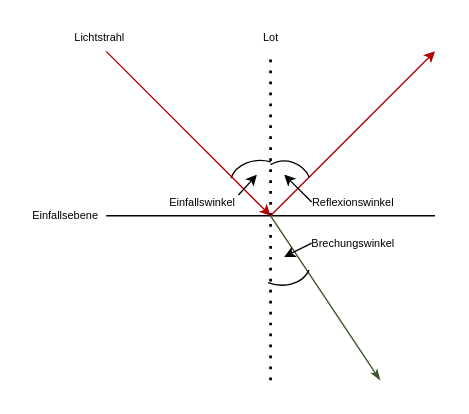
The draw.io diagram image/15/brechung_reflexion.drawio in Bierbunker/Ex2_Fragen, before the edit. Source tidied: cells renumbered, new cells numbered last; positions are measured from the earlier drawing's top-left corner, leaving out a move shared by most shapes. Both pictures are drawn from the tidied source at 137%, with x=0, y=0 at pixel (23, 23).
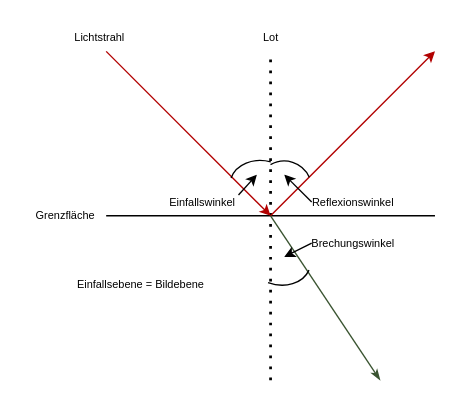
After the change.

The edit, as a diff of the source:
```diff
@@
-    <mxCell id="16" value="Einfallsebene" style="text;html=1;align=center;verticalAlign=middle;strokeColor=none;fontSize=8;" parent="1" vertex="1">
+    <mxCell id="16" value="Grenzfläche" style="text;html=1;align=center;verticalAlign=middle;strokeColor=none;fontSize=8;" parent="1" vertex="1">
       <mxGeometry y="130" width="60" height="20" as="geometry" />
     </mxCell>
@@
+    <mxCell id="19" value="Einfallsebene = Bildebene" style="text;html=1;align=center;verticalAlign=middle;strokeColor=none;fontSize=8;" parent="1" vertex="1">
+      <mxGeometry x="30" y="180" width="110" height="20" as="geometry" />
+    </mxCell>
```
